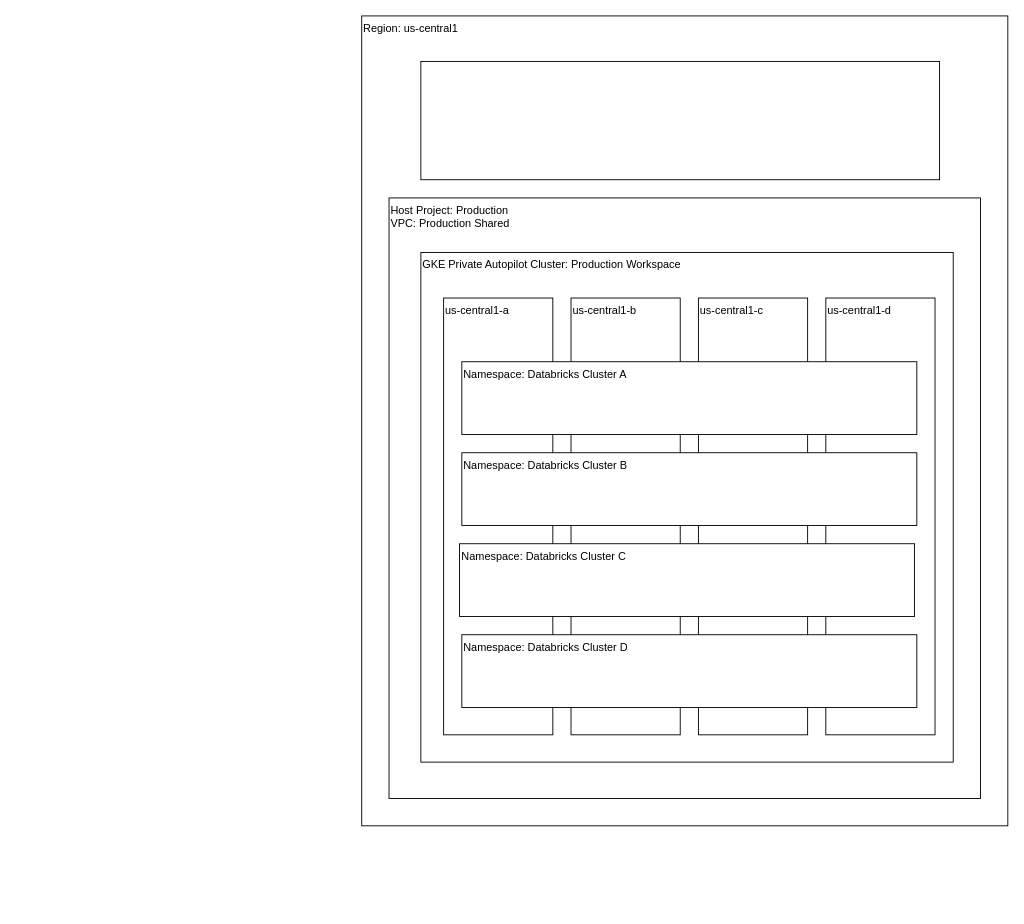
Above: page "Kubernetes" (6 of 7) of images/databricks.drawio in bpayt2/temp (draw.io), before the change. Source tidied: cells renumbered, new cells numbered last; positions are measured from the earlier drawing's top-left corner, leaving out a move shared by most shapes. Both pictures are drawn from the tidied source at 91%, with x=0, y=0 at pixel (361, 15).
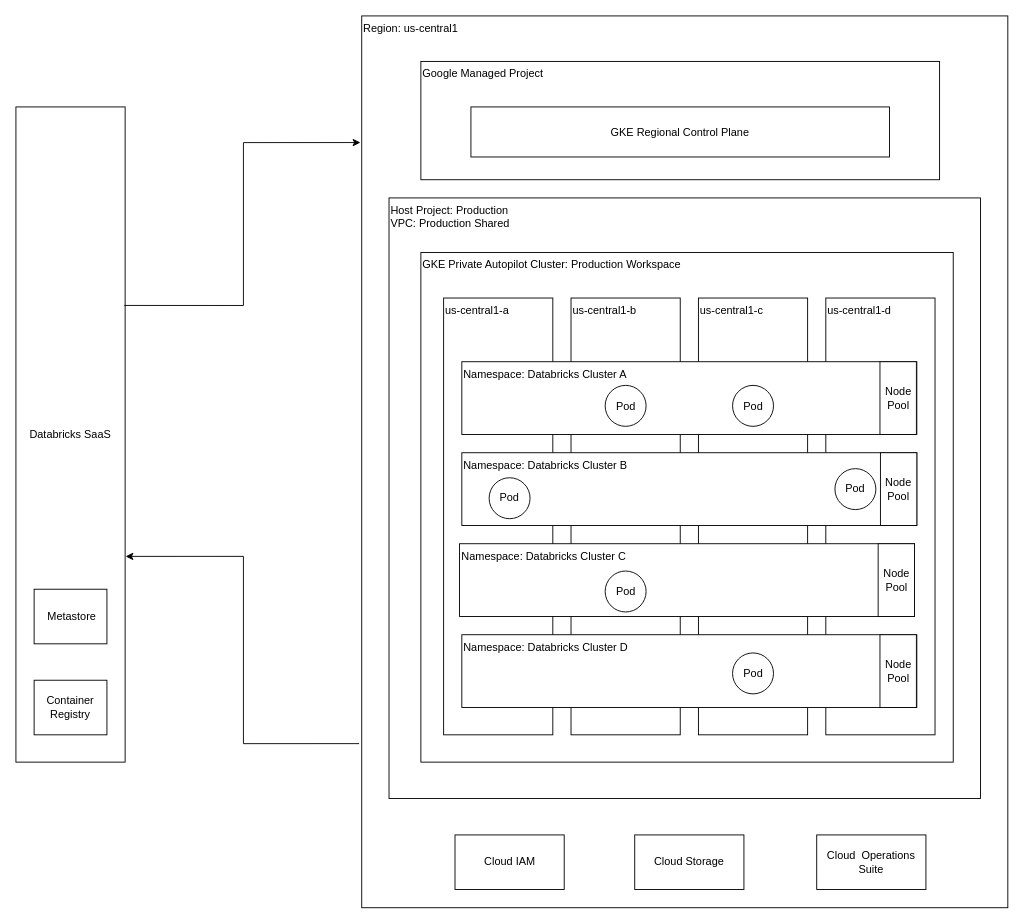
The same diagram, later.

Diff of the diagram source:
```diff
@@
     <mxCell id="2" value="Region: us-central1&lt;br&gt;" style="rounded=0;whiteSpace=wrap;html=1;verticalAlign=top;align=left;" parent="1" vertex="1">
-      <mxGeometry width="710" height="890" as="geometry" />
+      <mxGeometry width="710" height="980" as="geometry" />
     </mxCell>
@@
-    <mxCell id="4" style="rounded=0;whiteSpace=wrap;html=1;" parent="1" vertex="1">
+    <mxCell id="4" value="Google Managed Project" style="rounded=0;whiteSpace=wrap;html=1;align=left;verticalAlign=top;" parent="1" vertex="1">
       <mxGeometry x="65" y="50" width="570" height="130" as="geometry" />
     </mxCell>
@@
+    <mxCell id="14" value="Pod" style="ellipse;whiteSpace=wrap;html=1;" parent="1" vertex="1">
+      <mxGeometry x="267.5" y="406" width="45" height="45" as="geometry" />
+    </mxCell>
+    <mxCell id="15" value="Pod" style="ellipse;whiteSpace=wrap;html=1;" parent="1" vertex="1">
+      <mxGeometry x="407.5" y="406" width="45" height="45" as="geometry" />
+    </mxCell>
+    <mxCell id="16" value="Pod" style="ellipse;whiteSpace=wrap;html=1;" parent="1" vertex="1">
+      <mxGeometry x="140" y="507.5" width="45" height="45" as="geometry" />
+    </mxCell>
+    <mxCell id="17" value="Pod" style="ellipse;whiteSpace=wrap;html=1;" parent="1" vertex="1">
+      <mxGeometry x="520" y="497.5" width="45" height="45" as="geometry" />
+    </mxCell>
+    <mxCell id="18" value="Pod" style="ellipse;whiteSpace=wrap;html=1;" parent="1" vertex="1">
+      <mxGeometry x="267.5" y="610" width="45" height="45" as="geometry" />
+    </mxCell>
+    <mxCell id="19" value="Pod" style="ellipse;whiteSpace=wrap;html=1;" parent="1" vertex="1">
+      <mxGeometry x="407.5" y="700" width="45" height="45" as="geometry" />
+    </mxCell>
+    <mxCell id="20" value="GKE Regional Control Plane" style="rounded=0;whiteSpace=wrap;html=1;" parent="1" vertex="1">
+      <mxGeometry x="120" y="100" width="460" height="55" as="geometry" />
+    </mxCell>
+    <mxCell id="21" value="Databricks SaaS" style="rounded=0;whiteSpace=wrap;html=1;" parent="1" vertex="1">
+      <mxGeometry x="-380" y="100" width="120" height="720" as="geometry" />
+    </mxCell>
+    <mxCell id="22" style="edgeStyle=orthogonalEdgeStyle;rounded=0;jettySize=auto;html=1;exitX=0.992;exitY=0.303;exitDx=0;exitDy=0;entryX=-0.002;entryY=0.142;entryDx=0;entryDy=0;entryPerimeter=0;exitPerimeter=0;" parent="1" edge="1" source="21" target="2">
+      <mxGeometry relative="1" as="geometry" />
+    </mxCell>
+    <mxCell id="23" style="edgeStyle=orthogonalEdgeStyle;rounded=0;jettySize=auto;html=1;exitX=1.004;exitY=0.686;exitDx=0;exitDy=0;entryX=-0.004;entryY=0.816;entryDx=0;entryDy=0;entryPerimeter=0;exitPerimeter=0;startArrow=classic;startFill=1;endArrow=none;endFill=0;" parent="1" edge="1" source="21" target="2">
+      <mxGeometry relative="1" as="geometry" />
+    </mxCell>
+    <mxCell id="24" value="Node Pool" style="rounded=0;whiteSpace=wrap;html=1;rotation=0;" parent="1" vertex="1">
+      <mxGeometry x="569.5" y="380" width="40" height="80" as="geometry" />
+    </mxCell>
+    <mxCell id="25" value="Node Pool" style="rounded=0;whiteSpace=wrap;html=1;rotation=0;" parent="1" vertex="1">
+      <mxGeometry x="567.5" y="580" width="40" height="80" as="geometry" />
+    </mxCell>
+    <mxCell id="26" value="Node Pool" style="rounded=0;whiteSpace=wrap;html=1;rotation=0;" parent="1" vertex="1">
+      <mxGeometry x="569.5" y="680" width="40" height="80" as="geometry" />
+    </mxCell>
+    <mxCell id="27" value="Node Pool" style="rounded=0;whiteSpace=wrap;html=1;rotation=0;" parent="1" vertex="1">
+      <mxGeometry x="570" y="480" width="40" height="80" as="geometry" />
+    </mxCell>
+    <mxCell id="28" value="Cloud&amp;nbsp; Operations Suite" style="rounded=0;whiteSpace=wrap;html=1;" parent="1" vertex="1">
+      <mxGeometry x="500" y="900" width="120" height="60" as="geometry" />
+    </mxCell>
+    <mxCell id="29" value="&amp;nbsp;Metastore" style="rounded=0;whiteSpace=wrap;html=1;" parent="1" vertex="1">
+      <mxGeometry x="-360" y="630" width="80" height="60" as="geometry" />
+    </mxCell>
+    <mxCell id="30" value="Container Registry" style="rounded=0;whiteSpace=wrap;html=1;" parent="1" vertex="1">
+      <mxGeometry x="-360" y="730" width="80" height="60" as="geometry" />
+    </mxCell>
+    <mxCell id="31" value="Cloud Storage" style="rounded=0;whiteSpace=wrap;html=1;" parent="1" vertex="1">
+      <mxGeometry x="300" y="900" width="120" height="60" as="geometry" />
+    </mxCell>
+    <mxCell id="32" value="Cloud IAM" style="rounded=0;whiteSpace=wrap;html=1;" parent="1" vertex="1">
+      <mxGeometry x="102.5" y="900" width="120" height="60" as="geometry" />
+    </mxCell>
```
